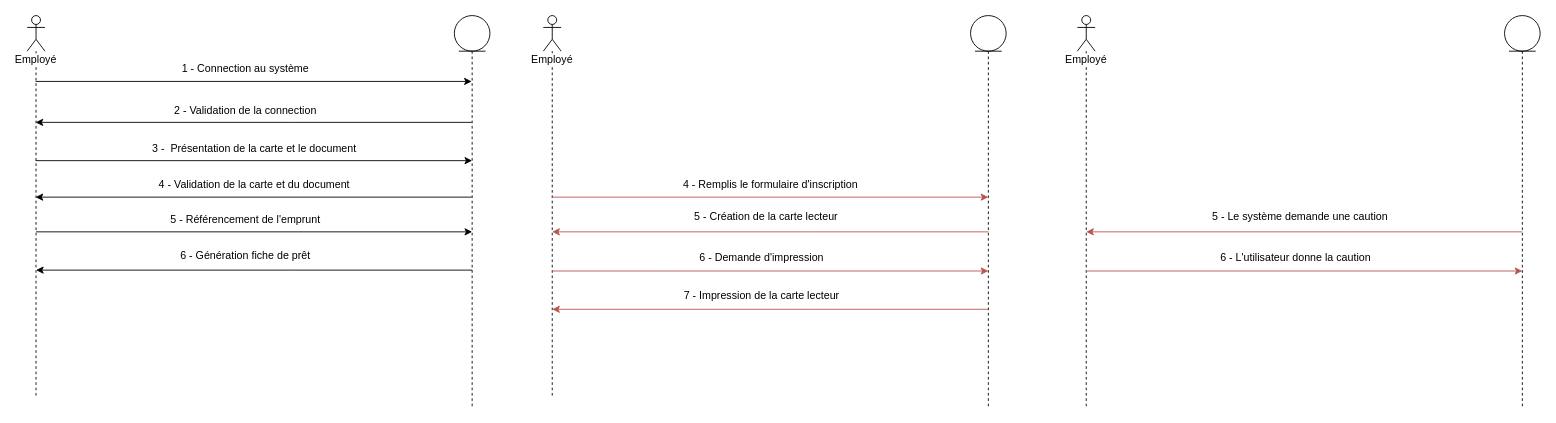
Above: Bilhel/CDA/UML/Diagramme de séquence de la gestion de la médiathèque.drawio in bilhel/AFPA (draw.io), before the change. Source tidied: cells renumbered, new cells numbered last; positions are measured from the earlier drawing's top-left corner, leaving out a move shared by most shapes. Both pictures are drawn from the tidied source at 89%, with x=0, y=0 at pixel (27, 15).
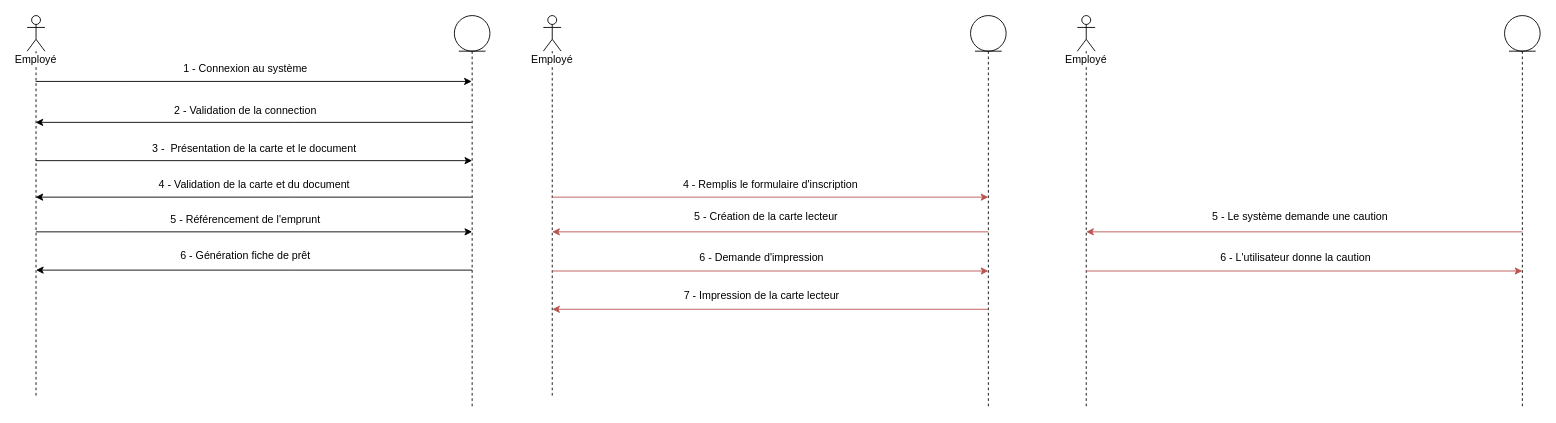
The same diagram, later.

Diff of the diagram source:
```diff
@@
-    <mxCell id="6" value="1 - Connection au système" style="text;html=1;align=center;verticalAlign=middle;" parent="1" vertex="1">
-      <mxGeometry x="165" y="50" width="160" height="20" as="geometry" />
+    <mxCell id="6" value="1 - Connexion au système" style="text;html=1;align=center;verticalAlign=middle;" parent="1" vertex="1">
+      <mxGeometry x="170" y="50" width="150" height="20" as="geometry" />
     </mxCell>
```
